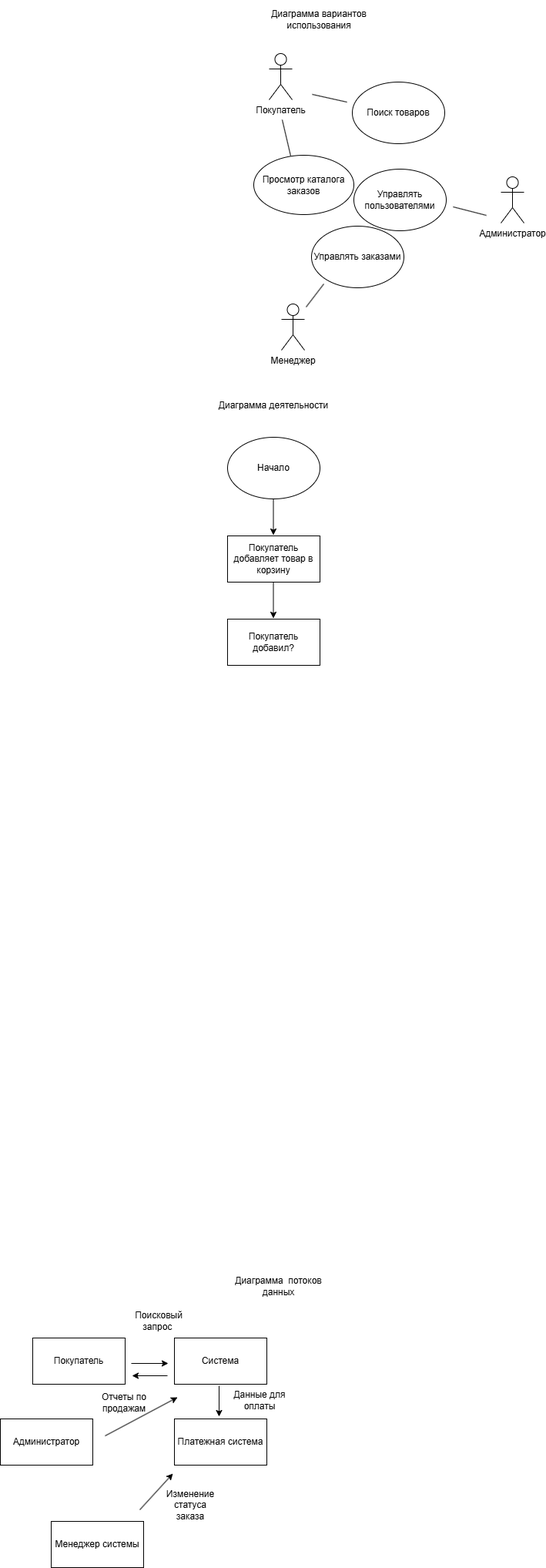
The draw.io diagram Березуцкая.png in FelixTheTron333/-8, before a commit. Source tidied: cells renumbered, new cells last; positions are measured from the earlier drawing's top-left corner, leaving out a move shared by most shapes. Source of this version:
```xml
<mxGraphModel>
  <root>
    <mxCell id="0" />
    <mxCell id="1" parent="0" />
    <mxCell id="2" value="Покупатель" style="shape=umlActor;verticalLabelPosition=bottom;verticalAlign=top;html=1;" parent="1" vertex="1">
      <mxGeometry x="349" y="69" width="30" height="60" as="geometry" />
    </mxCell>
    <mxCell id="3" value="Менеджер" style="shape=umlActor;verticalLabelPosition=bottom;verticalAlign=top;html=1;" parent="1" vertex="1">
      <mxGeometry x="365" y="394" width="30" height="60" as="geometry" />
    </mxCell>
    <mxCell id="4" value="Администратор" style="shape=umlActor;verticalLabelPosition=bottom;verticalAlign=top;html=1;" parent="1" vertex="1">
      <mxGeometry x="650" y="229" width="30" height="60" as="geometry" />
    </mxCell>
    <mxCell id="5" style="endArrow=none;html=1;rounded=0;" parent="1" edge="1">
      <mxGeometry relative="1" as="geometry">
        <mxPoint x="377" y="202" as="sourcePoint" />
        <mxPoint x="366" y="155" as="targetPoint" />
      </mxGeometry>
    </mxCell>
    <mxCell id="6" value="Просмотр каталога заказов" style="ellipse;whiteSpace=wrap;html=1;" parent="1" vertex="1">
      <mxGeometry x="329" y="201" width="130" height="77" as="geometry" />
    </mxCell>
    <mxCell id="7" style="endArrow=none;html=1;rounded=0;" parent="1" edge="1">
      <mxGeometry relative="1" as="geometry">
        <mxPoint x="405" y="122" as="sourcePoint" />
        <mxPoint x="450" y="132" as="targetPoint" />
      </mxGeometry>
    </mxCell>
    <mxCell id="8" value="Поиск товаров" style="ellipse;whiteSpace=wrap;html=1;" parent="1" vertex="1">
      <mxGeometry x="457" y="106" width="120" height="80" as="geometry" />
    </mxCell>
    <mxCell id="9" style="endArrow=none;html=1;rounded=0;" parent="1" edge="1">
      <mxGeometry relative="1" as="geometry">
        <mxPoint x="397" y="398" as="sourcePoint" />
        <mxPoint x="420" y="368" as="targetPoint" />
      </mxGeometry>
    </mxCell>
    <mxCell id="10" value="Управлять заказами" style="ellipse;whiteSpace=wrap;html=1;" parent="1" vertex="1">
      <mxGeometry x="404" y="293" width="120" height="80" as="geometry" />
    </mxCell>
    <mxCell id="11" style="endArrow=none;html=1;rounded=0;" parent="1" edge="1">
      <mxGeometry relative="1" as="geometry">
        <mxPoint x="588" y="268" as="sourcePoint" />
        <mxPoint x="631" y="279" as="targetPoint" />
      </mxGeometry>
    </mxCell>
    <mxCell id="12" value="Управлять пользователями" style="ellipse;whiteSpace=wrap;html=1;" parent="1" vertex="1">
      <mxGeometry x="459" y="219" width="120" height="80" as="geometry" />
    </mxCell>
    <mxCell id="13" value="Диаграмма вариантов использования" style="text;html=1;whiteSpace=wrap;strokeColor=none;fillColor=none;align=center;verticalAlign=middle;rounded=0;" parent="1" vertex="1">
      <mxGeometry x="315" width="198" height="50" as="geometry" />
    </mxCell>
    <mxCell id="14" value="Начало" style="ellipse;whiteSpace=wrap;html=1;" parent="1" vertex="1">
      <mxGeometry x="295" y="567" width="120" height="80" as="geometry" />
    </mxCell>
    <mxCell id="15" value="Диаграмма деятельности" style="text;html=1;whiteSpace=wrap;strokeColor=none;fillColor=none;align=center;verticalAlign=middle;rounded=0;" parent="1" vertex="1">
      <mxGeometry x="256" y="501" width="198" height="50" as="geometry" />
    </mxCell>
    <mxCell id="16" style="endArrow=classic;html=1;rounded=0;" parent="1" edge="1">
      <mxGeometry relative="1" as="geometry">
        <mxPoint x="354.5" y="647" as="sourcePoint" />
        <mxPoint x="354.5" y="694" as="targetPoint" />
      </mxGeometry>
    </mxCell>
    <mxCell id="17" value="Покупатель добавляет товар в корзину" style="rounded=0;whiteSpace=wrap;html=1;" parent="1" vertex="1">
      <mxGeometry x="295" y="695" width="120" height="60" as="geometry" />
    </mxCell>
    <mxCell id="18" style="endArrow=classic;html=1;rounded=0;" parent="1" edge="1">
      <mxGeometry relative="1" as="geometry">
        <mxPoint x="354.5" y="755" as="sourcePoint" />
        <mxPoint x="354.5" y="802" as="targetPoint" />
      </mxGeometry>
    </mxCell>
    <mxCell id="19" value="Покупатель добавил?" style="rounded=0;whiteSpace=wrap;html=1;" parent="1" vertex="1">
      <mxGeometry x="295" y="803" width="120" height="60" as="geometry" />
    </mxCell>
    <mxCell id="20" value="Диаграмма&amp;nbsp; потоков данных" style="text;html=1;whiteSpace=wrap;strokeColor=none;fillColor=none;align=center;verticalAlign=middle;rounded=0;" parent="1" vertex="1">
      <mxGeometry x="285" y="1649" width="153" height="40" as="geometry" />
    </mxCell>
    <mxCell id="21" style="endArrow=classic;html=1;rounded=0;" parent="1" edge="1">
      <mxGeometry relative="1" as="geometry">
        <mxPoint x="170" y="1769" as="sourcePoint" />
        <mxPoint x="218" y="1769" as="targetPoint" />
      </mxGeometry>
    </mxCell>
    <mxCell id="22" value="Система" style="rounded=0;whiteSpace=wrap;html=1;" parent="1" vertex="1">
      <mxGeometry x="226" y="1736" width="120" height="60" as="geometry" />
    </mxCell>
    <mxCell id="23" value="Поисковый запрос&amp;nbsp;" style="text;html=1;whiteSpace=wrap;strokeColor=none;fillColor=none;align=center;verticalAlign=middle;rounded=0;" parent="1" vertex="1">
      <mxGeometry x="176" y="1699" width="60" height="30" as="geometry" />
    </mxCell>
    <mxCell id="24" value="Покупатель" style="rounded=0;whiteSpace=wrap;html=1;" parent="1" vertex="1">
      <mxGeometry x="42" y="1736" width="120" height="60" as="geometry" />
    </mxCell>
    <mxCell id="25" style="endArrow=classic;html=1;rounded=0;" parent="1" edge="1">
      <mxGeometry relative="1" as="geometry">
        <mxPoint x="217" y="1785" as="sourcePoint" />
        <mxPoint x="171" y="1785" as="targetPoint" />
      </mxGeometry>
    </mxCell>
    <mxCell id="26" style="endArrow=classic;html=1;rounded=0;" parent="1" edge="1">
      <mxGeometry relative="1" as="geometry">
        <mxPoint x="284" y="1798" as="sourcePoint" />
        <mxPoint x="284" y="1838" as="targetPoint" />
      </mxGeometry>
    </mxCell>
    <mxCell id="27" value="Платежная система" style="rounded=0;whiteSpace=wrap;html=1;" parent="1" vertex="1">
      <mxGeometry x="226" y="1841" width="120" height="60" as="geometry" />
    </mxCell>
    <mxCell id="28" value="Данные для оплаты" style="text;html=1;whiteSpace=wrap;strokeColor=none;fillColor=none;align=center;verticalAlign=middle;rounded=0;" parent="1" vertex="1">
      <mxGeometry x="289" y="1799" width="96" height="36" as="geometry" />
    </mxCell>
    <mxCell id="29" value="Менеджер системы" style="rounded=0;whiteSpace=wrap;html=1;" parent="1" vertex="1">
      <mxGeometry x="66" y="1974" width="120" height="60" as="geometry" />
    </mxCell>
    <mxCell id="30" style="endArrow=classic;html=1;rounded=0;" parent="1" edge="1">
      <mxGeometry relative="1" as="geometry">
        <mxPoint x="181" y="1959" as="sourcePoint" />
        <mxPoint x="224" y="1912" as="targetPoint" />
      </mxGeometry>
    </mxCell>
    <mxCell id="31" value="Изменение статуса заказа" style="text;html=1;whiteSpace=wrap;strokeColor=none;fillColor=none;align=center;verticalAlign=middle;rounded=0;" parent="1" vertex="1">
      <mxGeometry x="217" y="1938" width="60" height="30" as="geometry" />
    </mxCell>
    <mxCell id="32" value="Администратор" style="rounded=0;whiteSpace=wrap;html=1;" parent="1" vertex="1">
      <mxGeometry y="1841" width="120" height="60" as="geometry" />
    </mxCell>
    <mxCell id="33" style="endArrow=classic;html=1;rounded=0;" parent="1" edge="1">
      <mxGeometry relative="1" as="geometry">
        <mxPoint x="136" y="1863" as="sourcePoint" />
        <mxPoint x="230" y="1813" as="targetPoint" />
      </mxGeometry>
    </mxCell>
    <mxCell id="34" value="Отчеты по продажам" style="text;html=1;whiteSpace=wrap;strokeColor=none;fillColor=none;align=center;verticalAlign=middle;rounded=0;" parent="1" vertex="1">
      <mxGeometry x="131" y="1805" width="60" height="30" as="geometry" />
    </mxCell>
  </root>
</mxGraphModel>
```
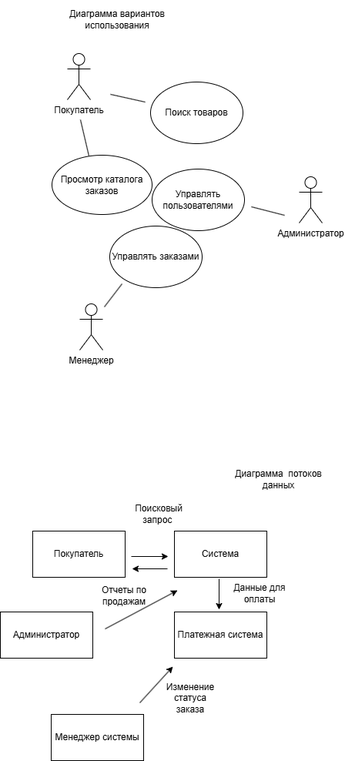
Above is the later version.

Diff of the diagram source:
```diff
@@ -3,86 +3,62 @@
     <mxCell id="0" />
     <mxCell id="1" parent="0" />
     <mxCell id="2" value="Покупатель" style="shape=umlActor;verticalLabelPosition=bottom;verticalAlign=top;html=1;" parent="1" vertex="1">
-      <mxGeometry x="349" y="69" width="30" height="60" as="geometry" />
+      <mxGeometry x="87" y="1116" width="30" height="60" as="geometry" />
     </mxCell>
     <mxCell id="3" value="Менеджер" style="shape=umlActor;verticalLabelPosition=bottom;verticalAlign=top;html=1;" parent="1" vertex="1">
-      <mxGeometry x="365" y="394" width="30" height="60" as="geometry" />
+      <mxGeometry x="103" y="1441" width="30" height="60" as="geometry" />
     </mxCell>
     <mxCell id="4" value="Администратор" style="shape=umlActor;verticalLabelPosition=bottom;verticalAlign=top;html=1;" parent="1" vertex="1">
-      <mxGeometry x="650" y="229" width="30" height="60" as="geometry" />
+      <mxGeometry x="388" y="1276" width="30" height="60" as="geometry" />
     </mxCell>
     <mxCell id="5" style="endArrow=none;html=1;rounded=0;" parent="1" edge="1">
       <mxGeometry relative="1" as="geometry">
-        <mxPoint x="377" y="202" as="sourcePoint" />
-        <mxPoint x="366" y="155" as="targetPoint" />
+        <mxPoint x="115" y="1249" as="sourcePoint" />
+        <mxPoint x="104" y="1202" as="targetPoint" />
       </mxGeometry>
     </mxCell>
     <mxCell id="6" value="Просмотр каталога заказов" style="ellipse;whiteSpace=wrap;html=1;" parent="1" vertex="1">
-      <mxGeometry x="329" y="201" width="130" height="77" as="geometry" />
+      <mxGeometry x="67" y="1248" width="130" height="77" as="geometry" />
     </mxCell>
     <mxCell id="7" style="endArrow=none;html=1;rounded=0;" parent="1" edge="1">
       <mxGeometry relative="1" as="geometry">
-        <mxPoint x="405" y="122" as="sourcePoint" />
-        <mxPoint x="450" y="132" as="targetPoint" />
+        <mxPoint x="143" y="1169" as="sourcePoint" />
+        <mxPoint x="188" y="1179" as="targetPoint" />
       </mxGeometry>
     </mxCell>
     <mxCell id="8" value="Поиск товаров" style="ellipse;whiteSpace=wrap;html=1;" parent="1" vertex="1">
-      <mxGeometry x="457" y="106" width="120" height="80" as="geometry" />
+      <mxGeometry x="195" y="1153" width="120" height="80" as="geometry" />
     </mxCell>
     <mxCell id="9" style="endArrow=none;html=1;rounded=0;" parent="1" edge="1">
       <mxGeometry relative="1" as="geometry">
-        <mxPoint x="397" y="398" as="sourcePoint" />
-        <mxPoint x="420" y="368" as="targetPoint" />
+        <mxPoint x="135" y="1445" as="sourcePoint" />
+        <mxPoint x="158" y="1415" as="targetPoint" />
       </mxGeometry>
     </mxCell>
     <mxCell id="10" value="Управлять заказами" style="ellipse;whiteSpace=wrap;html=1;" parent="1" vertex="1">
-      <mxGeometry x="404" y="293" width="120" height="80" as="geometry" />
+      <mxGeometry x="142" y="1340" width="120" height="80" as="geometry" />
     </mxCell>
     <mxCell id="11" style="endArrow=none;html=1;rounded=0;" parent="1" edge="1">
       <mxGeometry relative="1" as="geometry">
-        <mxPoint x="588" y="268" as="sourcePoint" />
-        <mxPoint x="631" y="279" as="targetPoint" />
+        <mxPoint x="326" y="1315" as="sourcePoint" />
+        <mxPoint x="369" y="1326" as="targetPoint" />
       </mxGeometry>
     </mxCell>
     <mxCell id="12" value="Управлять пользователями" style="ellipse;whiteSpace=wrap;html=1;" parent="1" vertex="1">
-      <mxGeometry x="459" y="219" width="120" height="80" as="geometry" />
+      <mxGeometry x="197" y="1266" width="120" height="80" as="geometry" />
     </mxCell>
     <mxCell id="13" value="Диаграмма вариантов использования" style="text;html=1;whiteSpace=wrap;strokeColor=none;fillColor=none;align=center;verticalAlign=middle;rounded=0;" parent="1" vertex="1">
-      <mxGeometry x="315" width="198" height="50" as="geometry" />
+      <mxGeometry x="53" y="1047" width="198" height="50" as="geometry" />
     </mxCell>
-    <mxCell id="14" value="Начало" style="ellipse;whiteSpace=wrap;html=1;" parent="1" vertex="1">
-      <mxGeometry x="295" y="567" width="120" height="80" as="geometry" />
-    </mxCell>
-    <mxCell id="15" value="Диаграмма деятельности" style="text;html=1;whiteSpace=wrap;strokeColor=none;fillColor=none;align=center;verticalAlign=middle;rounded=0;" parent="1" vertex="1">
-      <mxGeometry x="256" y="501" width="198" height="50" as="geometry" />
-    </mxCell>
-    <mxCell id="16" style="endArrow=classic;html=1;rounded=0;" parent="1" edge="1">
-      <mxGeometry relative="1" as="geometry">
-        <mxPoint x="354.5" y="647" as="sourcePoint" />
-        <mxPoint x="354.5" y="694" as="targetPoint" />
-      </mxGeometry>
-    </mxCell>
-    <mxCell id="17" value="Покупатель добавляет товар в корзину" style="rounded=0;whiteSpace=wrap;html=1;" parent="1" vertex="1">
-      <mxGeometry x="295" y="695" width="120" height="60" as="geometry" />
-    </mxCell>
-    <mxCell id="18" style="endArrow=classic;html=1;rounded=0;" parent="1" edge="1">
-      <mxGeometry relative="1" as="geometry">
-        <mxPoint x="354.5" y="755" as="sourcePoint" />
-        <mxPoint x="354.5" y="802" as="targetPoint" />
-      </mxGeometry>
-    </mxCell>
-    <mxCell id="19" value="Покупатель добавил?" style="rounded=0;whiteSpace=wrap;html=1;" parent="1" vertex="1">
-      <mxGeometry x="295" y="803" width="120" height="60" as="geometry" />
-    </mxCell>
     <mxCell id="20" value="Диаграмма&amp;nbsp; потоков данных" style="text;html=1;whiteSpace=wrap;strokeColor=none;fillColor=none;align=center;verticalAlign=middle;rounded=0;" parent="1" vertex="1">
       <mxGeometry x="285" y="1649" width="153" height="40" as="geometry" />
     </mxCell>
-    <mxCell id="21" style="endArrow=classic;html=1;rounded=0;" parent="1" edge="1">
-      <mxGeometry relative="1" as="geometry">
-        <mxPoint x="170" y="1769" as="sourcePoint" />
-        <mxPoint x="218" y="1769" as="targetPoint" />
-      </mxGeometry>
-    </mxCell>
+    <mxCell id="35" style="endArrow=classic;html=1;rounded=0;" parent="1" edge="1">
+      <mxGeometry relative="1" as="geometry">
+        <mxPoint x="170" y="1769" as="sourcePoint" />
+        <mxPoint x="218" y="1769" as="targetPoint" />
+      </mxGeometry>
+    </mxCell>
     <mxCell id="22" value="Система" style="rounded=0;whiteSpace=wrap;html=1;" parent="1" vertex="1">
       <mxGeometry x="226" y="1736" width="120" height="60" as="geometry" />
     </mxCell>
@@ -92,18 +68,18 @@
     <mxCell id="24" value="Покупатель" style="rounded=0;whiteSpace=wrap;html=1;" parent="1" vertex="1">
       <mxGeometry x="42" y="1736" width="120" height="60" as="geometry" />
     </mxCell>
-    <mxCell id="25" style="endArrow=classic;html=1;rounded=0;" parent="1" edge="1">
-      <mxGeometry relative="1" as="geometry">
-        <mxPoint x="217" y="1785" as="sourcePoint" />
-        <mxPoint x="171" y="1785" as="targetPoint" />
-      </mxGeometry>
-    </mxCell>
-    <mxCell id="26" style="endArrow=classic;html=1;rounded=0;" parent="1" edge="1">
-      <mxGeometry relative="1" as="geometry">
-        <mxPoint x="284" y="1798" as="sourcePoint" />
-        <mxPoint x="284" y="1838" as="targetPoint" />
-      </mxGeometry>
-    </mxCell>
+    <mxCell id="36" style="endArrow=classic;html=1;rounded=0;" parent="1" edge="1">
+      <mxGeometry relative="1" as="geometry">
+        <mxPoint x="217" y="1785" as="sourcePoint" />
+        <mxPoint x="171" y="1785" as="targetPoint" />
+      </mxGeometry>
+    </mxCell>
+    <mxCell id="37" style="endArrow=classic;html=1;rounded=0;" parent="1" edge="1">
+      <mxGeometry relative="1" as="geometry">
+        <mxPoint x="284" y="1798" as="sourcePoint" />
+        <mxPoint x="284" y="1838" as="targetPoint" />
+      </mxGeometry>
+    </mxCell>
     <mxCell id="27" value="Платежная система" style="rounded=0;whiteSpace=wrap;html=1;" parent="1" vertex="1">
       <mxGeometry x="226" y="1841" width="120" height="60" as="geometry" />
     </mxCell>
@@ -113,24 +89,24 @@
     <mxCell id="29" value="Менеджер системы" style="rounded=0;whiteSpace=wrap;html=1;" parent="1" vertex="1">
       <mxGeometry x="66" y="1974" width="120" height="60" as="geometry" />
     </mxCell>
-    <mxCell id="30" style="endArrow=classic;html=1;rounded=0;" parent="1" edge="1">
-      <mxGeometry relative="1" as="geometry">
-        <mxPoint x="181" y="1959" as="sourcePoint" />
-        <mxPoint x="224" y="1912" as="targetPoint" />
-      </mxGeometry>
-    </mxCell>
+    <mxCell id="38" style="endArrow=classic;html=1;rounded=0;" parent="1" edge="1">
+      <mxGeometry relative="1" as="geometry">
+        <mxPoint x="181" y="1959" as="sourcePoint" />
+        <mxPoint x="224" y="1912" as="targetPoint" />
+      </mxGeometry>
+    </mxCell>
     <mxCell id="31" value="Изменение статуса заказа" style="text;html=1;whiteSpace=wrap;strokeColor=none;fillColor=none;align=center;verticalAlign=middle;rounded=0;" parent="1" vertex="1">
       <mxGeometry x="217" y="1938" width="60" height="30" as="geometry" />
     </mxCell>
     <mxCell id="32" value="Администратор" style="rounded=0;whiteSpace=wrap;html=1;" parent="1" vertex="1">
       <mxGeometry y="1841" width="120" height="60" as="geometry" />
     </mxCell>
-    <mxCell id="33" style="endArrow=classic;html=1;rounded=0;" parent="1" edge="1">
-      <mxGeometry relative="1" as="geometry">
-        <mxPoint x="136" y="1863" as="sourcePoint" />
-        <mxPoint x="230" y="1813" as="targetPoint" />
-      </mxGeometry>
-    </mxCell>
+    <mxCell id="39" style="endArrow=classic;html=1;rounded=0;" parent="1" edge="1">
+      <mxGeometry relative="1" as="geometry">
+        <mxPoint x="136" y="1863" as="sourcePoint" />
+        <mxPoint x="230" y="1813" as="targetPoint" />
+      </mxGeometry>
+    </mxCell>
     <mxCell id="34" value="Отчеты по продажам" style="text;html=1;whiteSpace=wrap;strokeColor=none;fillColor=none;align=center;verticalAlign=middle;rounded=0;" parent="1" vertex="1">
       <mxGeometry x="131" y="1805" width="60" height="30" as="geometry" />
     </mxCell>
```
